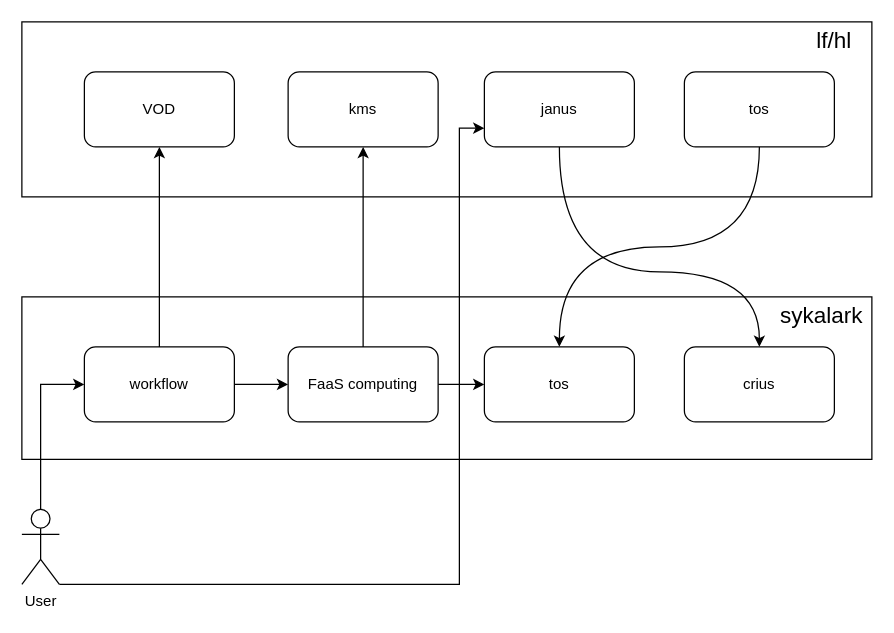
The draw.io diagram sykalark.drawio in carlonelong/pics, before the edit. Source tidied: cells renumbered, new cells numbered last; positions are measured from the earlier drawing's top-left corner, leaving out a move shared by most shapes. Both pictures are drawn from the tidied source at 125%, with x=0, y=0 at pixel (21, 21).
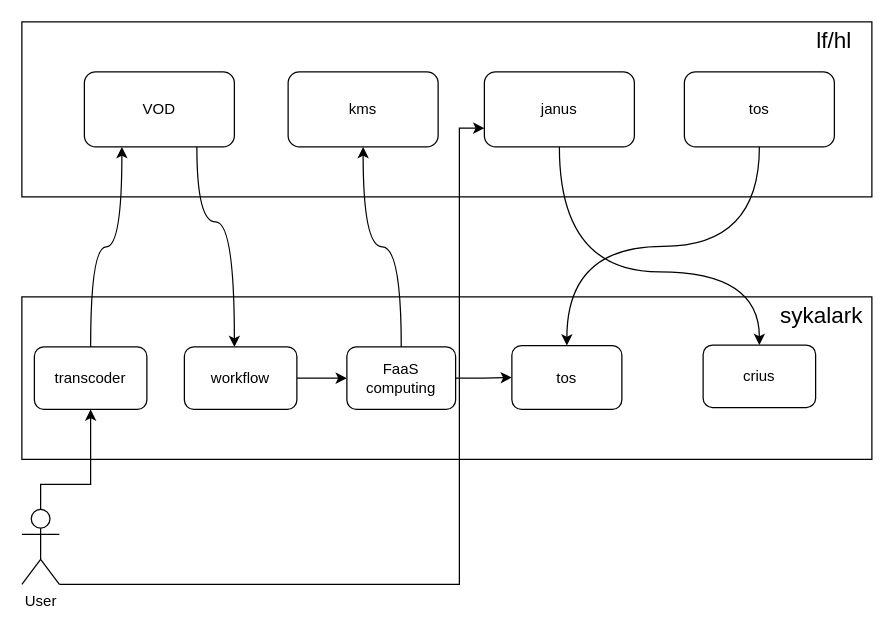
The same page after the edit.

The change refers to these unchanged cells:
```xml
<mxCell id="3" style="rounded=0;whiteSpace=wrap;html=1;" parent="1" vertex="1">
  <mxGeometry y="220" width="680" height="130" as="geometry" />
</mxCell>
<mxCell id="4" value="VOD" style="rounded=1;whiteSpace=wrap;html=1;" parent="1" vertex="1">
  <mxGeometry x="50" y="40" width="120" height="60" as="geometry" />
</mxCell>
<mxCell id="5" value="kms" style="rounded=1;whiteSpace=wrap;html=1;" parent="1" vertex="1">
  <mxGeometry x="213" y="40" width="120" height="60" as="geometry" />
</mxCell>
<mxCell id="20" value="User" style="shape=umlActor;verticalLabelPosition=bottom;labelBackgroundColor=#ffffff;verticalAlign=top;html=1;outlineConnect=0;" parent="1" vertex="1">
  <mxGeometry y="390" width="30" height="60" as="geometry" />
</mxCell>
```

What changed in the source:
```diff
@@
+    <mxCell id="23" style="edgeStyle=orthogonalEdgeStyle;rounded=0;jettySize=auto;html=1;exitX=0.75;exitY=1;exitDx=0;exitDy=0;entryX=0.25;entryY=0.308;entryDx=0;entryDy=0;entryPerimeter=0;curved=1;" parent="1" edge="1" source="4" target="3">
+      <mxGeometry relative="1" as="geometry" />
+    </mxCell>
@@
-    <mxCell id="10" style="edgeStyle=orthogonalEdgeStyle;rounded=0;jettySize=auto;html=1;exitX=0.5;exitY=0;exitDx=0;exitDy=0;entryX=0.5;entryY=1;entryDx=0;entryDy=0;" parent="1" edge="1" source="12" target="4">
-      <mxGeometry relative="1" as="geometry" />
-    </mxCell>
@@
     <mxCell id="12" value="workflow" style="rounded=1;whiteSpace=wrap;html=1;" parent="1" vertex="1">
-      <mxGeometry x="50" y="260" width="120" height="60" as="geometry" />
+      <mxGeometry x="130" y="260" width="90" height="50" as="geometry" />
     </mxCell>
-    <mxCell id="13" style="edgeStyle=orthogonalEdgeStyle;rounded=0;jettySize=auto;html=1;exitX=0.5;exitY=0;exitDx=0;exitDy=0;entryX=0.5;entryY=1;entryDx=0;entryDy=0;" parent="1" edge="1" source="15" target="5">
+    <mxCell id="13" style="edgeStyle=orthogonalEdgeStyle;rounded=0;jettySize=auto;html=1;exitX=0.5;exitY=0;exitDx=0;exitDy=0;entryX=0.5;entryY=1;entryDx=0;entryDy=0;curved=1;" parent="1" edge="1" source="15" target="5">
       <mxGeometry relative="1" as="geometry" />
     </mxCell>
@@
     <mxCell id="15" value="FaaS computing" style="rounded=1;whiteSpace=wrap;html=1;" parent="1" vertex="1">
-      <mxGeometry x="213" y="260" width="120" height="60" as="geometry" />
+      <mxGeometry x="260" y="260" width="87" height="50" as="geometry" />
     </mxCell>
     <mxCell id="16" value="crius" style="rounded=1;whiteSpace=wrap;html=1;" parent="1" vertex="1">
-      <mxGeometry x="530" y="260" width="120" height="60" as="geometry" />
+      <mxGeometry x="545" y="258.5" width="90" height="50" as="geometry" />
     </mxCell>
     <mxCell id="17" value="tos" style="rounded=1;whiteSpace=wrap;html=1;" parent="1" vertex="1">
-      <mxGeometry x="370" y="260" width="120" height="60" as="geometry" />
+      <mxGeometry x="392" y="259" width="88" height="51" as="geometry" />
     </mxCell>
-    <mxCell id="18" style="edgeStyle=orthogonalEdgeStyle;rounded=0;jettySize=auto;html=1;exitX=0.5;exitY=0;exitDx=0;exitDy=0;exitPerimeter=0;entryX=0;entryY=0.5;entryDx=0;entryDy=0;" parent="1" edge="1" source="20" target="12">
-      <mxGeometry relative="1" as="geometry" />
-    </mxCell>
@@
+    <mxCell id="24" style="edgeStyle=orthogonalEdgeStyle;rounded=0;jettySize=auto;html=1;exitX=0.5;exitY=0;exitDx=0;exitDy=0;exitPerimeter=0;entryX=0.5;entryY=1;entryDx=0;entryDy=0;" parent="1" edge="1" source="20" target="26">
+      <mxGeometry relative="1" as="geometry">
+        <Array as="points">
+          <mxPoint x="15" y="370" />
+          <mxPoint x="55" y="370" />
+        </Array>
+      </mxGeometry>
+    </mxCell>
@@
+    <mxCell id="25" style="edgeStyle=orthogonalEdgeStyle;rounded=0;jettySize=auto;html=1;exitX=0.5;exitY=0;exitDx=0;exitDy=0;entryX=0.25;entryY=1;entryDx=0;entryDy=0;curved=1;" parent="1" edge="1" source="26" target="4">
+      <mxGeometry relative="1" as="geometry" />
+    </mxCell>
+    <mxCell id="26" value="transcoder" style="rounded=1;whiteSpace=wrap;html=1;" parent="1" vertex="1">
+      <mxGeometry x="10" y="260" width="90" height="50" as="geometry" />
+    </mxCell>
```
